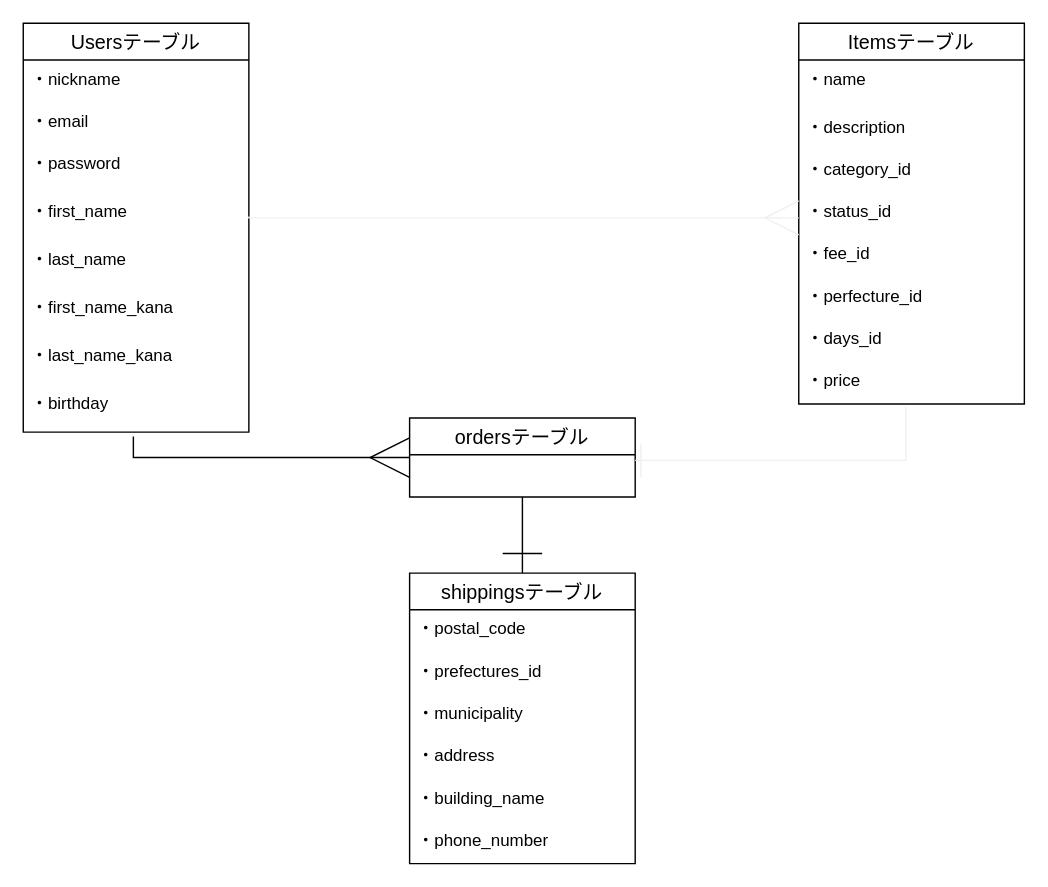
Before: furima.dio in hayato-lang/furima-35487, a draw.io diagram. Source tidied: cells renumbered, new cells numbered last; positions are measured from the earlier drawing's top-left corner, leaving out a move shared by most shapes. Both pictures are drawn from the tidied source at 141%, with x=0, y=0 at pixel (23, 23).
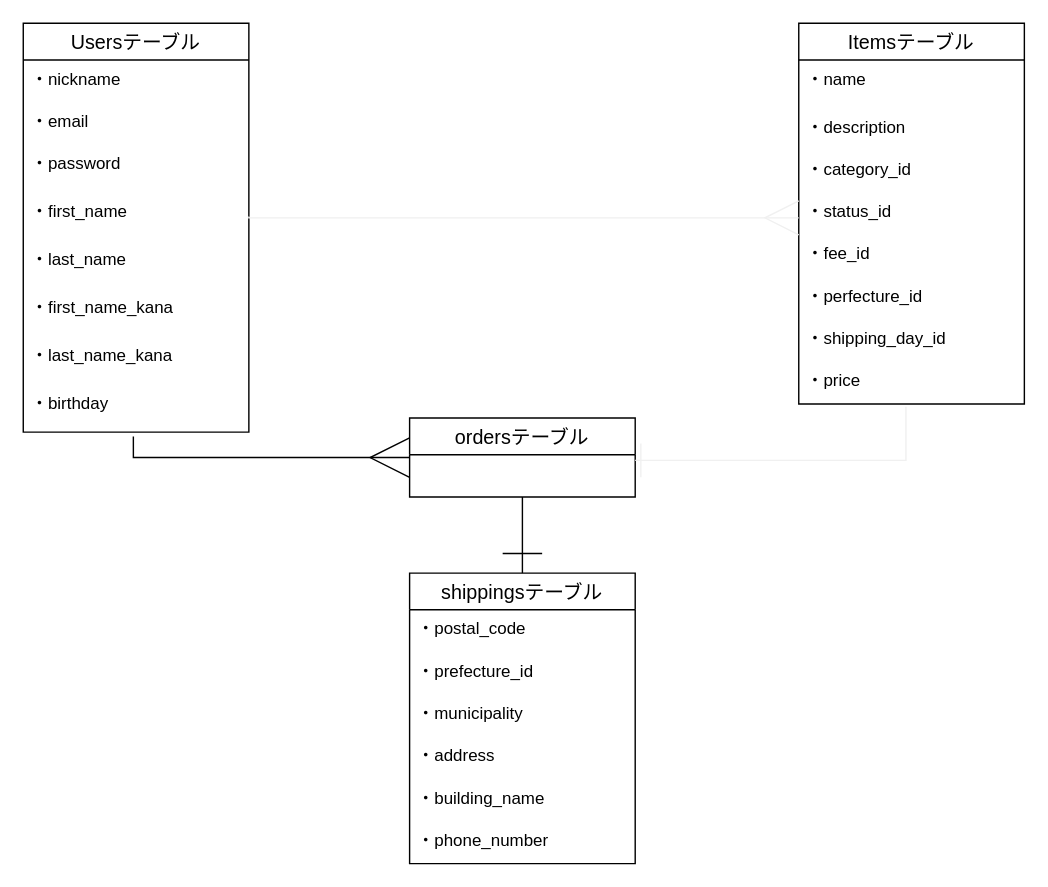
The same diagram, later.

Commit message (it also covers changes not shown here):
DB設計の修正2

The change refers to these unchanged cells:
```xml
<mxCell id="11" value="Itemsテーブル" style="swimlane;fontStyle=0;horizontal=1;startSize=26;align=center;fontSize=14;" parent="1" vertex="1">
  <mxGeometry x="550" width="160" height="270" as="geometry" />
</mxCell>
<mxCell id="26" value="shippingsテーブル" style="swimlane;fontStyle=0;horizontal=1;startSize=26;align=center;fontSize=14;" parent="1" vertex="1">
  <mxGeometry x="274" y="390" width="160" height="206" as="geometry" />
</mxCell>
```

What changed in the source:
```diff
@@
-    <mxCell id="18" value="・days_id" style="text;strokeColor=none;fillColor=none;spacingLeft=4;spacingRight=4;overflow=hidden;fontSize=12;" parent="11" vertex="1">
+    <mxCell id="18" value="・shipping_day_id" style="text;strokeColor=none;fillColor=none;spacingLeft=4;spacingRight=4;overflow=hidden;fontSize=12;" parent="11" vertex="1">
       <mxGeometry y="210" width="160" height="30" as="geometry" />
     </mxCell>
@@
-    <mxCell id="28" value="・prefectures_id" style="text;strokeColor=none;fillColor=none;spacingLeft=4;spacingRight=4;overflow=hidden;fontSize=12;" parent="26" vertex="1">
+    <mxCell id="28" value="・prefecture_id" style="text;strokeColor=none;fillColor=none;spacingLeft=4;spacingRight=4;overflow=hidden;fontSize=12;" parent="26" vertex="1">
       <mxGeometry y="56" width="160" height="30" as="geometry" />
     </mxCell>
```
